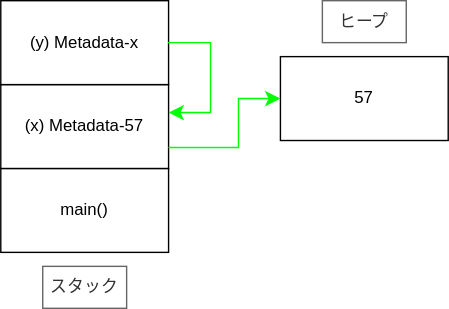
This is src/svg/chapter4/heap57y-ref.drawio.svg from taku-n/scribbling-rust, a draw.io export, as it was before one commit. Source tidied: cells renumbered, new cells last; positions are measured from the earlier drawing's top-left corner, leaving out a move shared by most shapes.
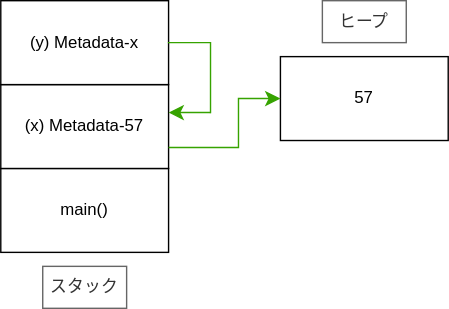
Later version of the same file.

The edit, as a diff of the source:
```diff
@@ -17,7 +17,7 @@
     <mxCell id="6" value="ヒープ" style="text;html=1;align=center;verticalAlign=middle;whiteSpace=wrap;rounded=0;fillColor=#FFFFFF;strokeColor=#666666;fontColor=#333333;" parent="1" vertex="1">
       <mxGeometry x="230" width="60" height="30" as="geometry" />
     </mxCell>
-    <mxCell id="7" style="edgeStyle=elbowEdgeStyle;elbow=horizontal;endArrow=classic;html=1;curved=0;rounded=0;endSize=8;startSize=8;exitX=1;exitY=0.75;exitDx=0;exitDy=0;entryX=0;entryY=0.5;entryDx=0;entryDy=0;fillColor=#f5f5f5;strokeColor=#00FF00;" parent="1" edge="1" source="3" target="4">
+    <mxCell id="7" style="edgeStyle=elbowEdgeStyle;elbow=horizontal;endArrow=classic;html=1;curved=0;rounded=0;endSize=8;startSize=8;exitX=1;exitY=0.75;exitDx=0;exitDy=0;entryX=0;entryY=0.5;entryDx=0;entryDy=0;fillColor=#f5f5f5;strokeColor=#36A300;" parent="1" edge="1" source="3" target="4">
       <mxGeometry relative="1" as="geometry">
         <Array as="points">
           <mxPoint x="170" y="90" />
@@ -27,10 +27,10 @@
     <mxCell id="8" value="(y) Metadata-x" style="rounded=0;whiteSpace=wrap;html=1;" parent="1" vertex="1">
       <mxGeometry width="120" height="60" as="geometry" />
     </mxCell>
-    <mxCell id="9" style="shape=partialRectangle;whiteSpace=wrap;html=1;bottom=0;right=0;fillColor=none;strokeColor=#00FF00;flipH=1;" parent="1" vertex="1">
+    <mxCell id="9" style="shape=partialRectangle;whiteSpace=wrap;html=1;bottom=0;right=0;fillColor=none;strokeColor=#36A300;flipH=1;" parent="1" vertex="1">
       <mxGeometry x="120" y="30" width="30" height="50" as="geometry" />
     </mxCell>
-    <mxCell id="10" style="edgeStyle=elbowEdgeStyle;elbow=horizontal;endArrow=classic;html=1;curved=0;rounded=0;endSize=8;startSize=8;strokeColor=#00FF00;" parent="1" edge="1">
+    <mxCell id="10" style="edgeStyle=elbowEdgeStyle;elbow=horizontal;endArrow=classic;html=1;curved=0;rounded=0;endSize=8;startSize=8;strokeColor=#36A300;" parent="1" edge="1">
       <mxGeometry relative="1" as="geometry">
         <mxPoint x="140" y="80" as="sourcePoint" />
         <mxPoint x="120" y="80" as="targetPoint" />
```
